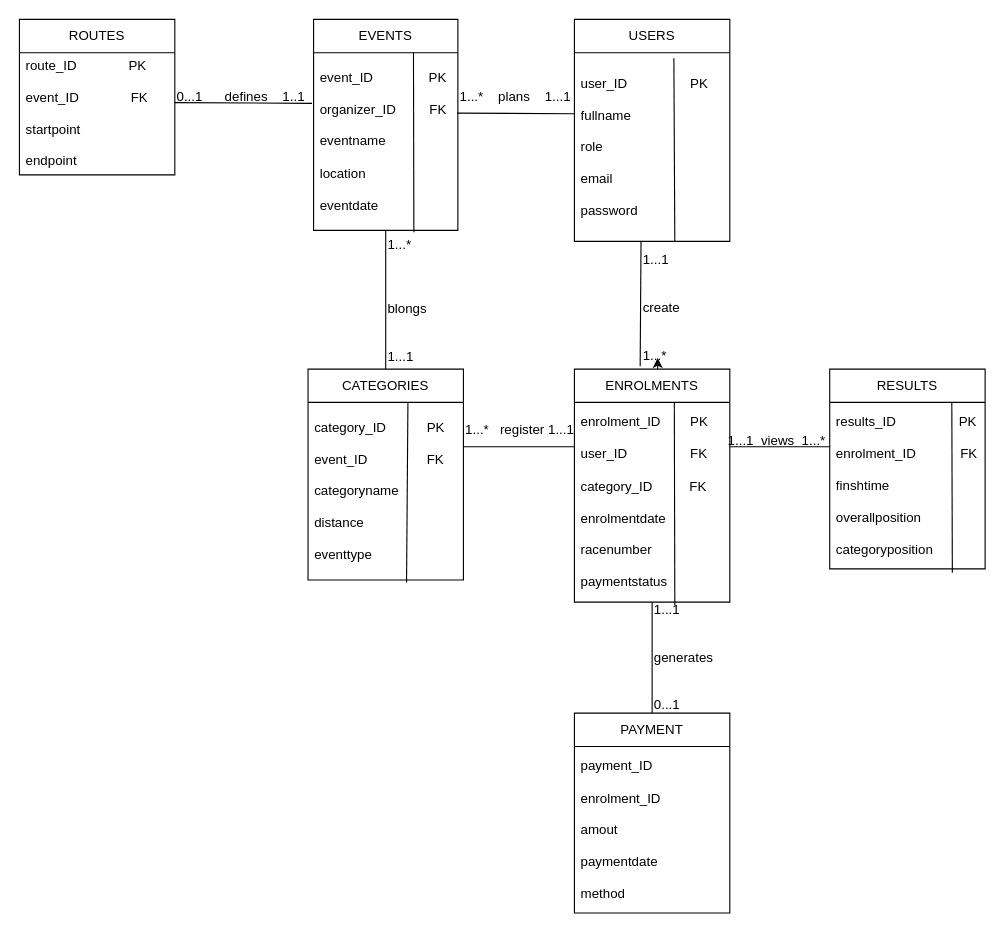
Above: Untitled Diagram.drawio in ST10479734/prog-assignment- (draw.io), before the change. Source tidied: cells renumbered, new cells numbered last; positions are measured from the earlier drawing's top-left corner, leaving out a move shared by most shapes. Both pictures are drawn from the tidied source at 111%, with x=0, y=0 at pixel (19, 19).
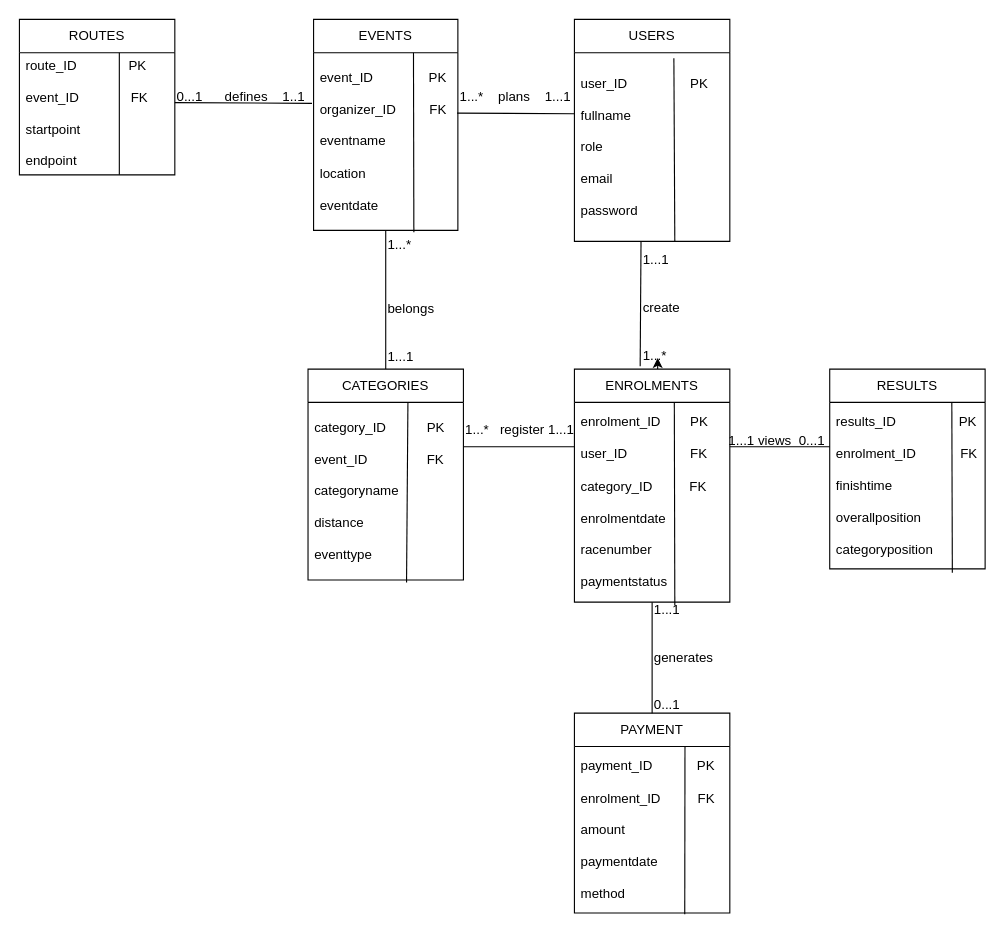
After the change.

The change refers to these unchanged cells:
```xml
<mxCell id="11" value="RESULTS" style="swimlane;fontStyle=0;horizontal=1;startSize=30;whiteSpace=wrap;html=1;" parent="1" vertex="1">
  <mxGeometry x="730" y="315" width="140" height="180" as="geometry" />
</mxCell>
<mxCell id="27" value="ROUTES" style="swimlane;fontStyle=0;horizontal=1;startSize=30;whiteSpace=wrap;html=1;" parent="1" vertex="1">
  <mxGeometry width="140" height="140" as="geometry" />
</mxCell>
<mxCell id="28" value="route_ID&amp;nbsp; &amp;nbsp; &amp;nbsp; &amp;nbsp; &amp;nbsp; &amp;nbsp; &amp;nbsp; PK&lt;div&gt;&lt;br&gt;&lt;/div&gt;&lt;div&gt;event_ID&amp;nbsp; &amp;nbsp; &amp;nbsp; &amp;nbsp; &amp;nbsp; &amp;nbsp; &amp;nbsp; FK&lt;/div&gt;&lt;div&gt;&lt;br&gt;&lt;/div&gt;&lt;div&gt;startpoint&lt;/div&gt;&lt;div&gt;&lt;br&gt;&lt;/div&gt;&lt;div&gt;endpoint&lt;/div&gt;" style="text;strokeColor=none;fillColor=none;align=left;verticalAlign=middle;spacingLeft=4;spacingRight=4;overflow=hidden;points=[[0,0.5],[1,0.5]];portConstraint=eastwest;whiteSpace=wrap;html=1;" parent="27" vertex="1">
  <mxGeometry y="30" width="140" height="110" as="geometry" />
</mxCell>
<mxCell id="29" value="PAYMENT" style="swimlane;fontStyle=0;horizontal=1;startSize=30;whiteSpace=wrap;html=1;" parent="1" vertex="1">
  <mxGeometry x="500" y="625" width="140" height="180" as="geometry" />
</mxCell>
```

What changed in the source:
```diff
@@
-    <mxCell id="13" value="results_ID&amp;nbsp; &amp;nbsp; &amp;nbsp; &amp;nbsp; &amp;nbsp; &amp;nbsp; &amp;nbsp; &amp;nbsp; &amp;nbsp;PK&lt;div&gt;&lt;br&gt;&lt;/div&gt;&lt;div&gt;enrolment_ID&amp;nbsp; &amp;nbsp; &amp;nbsp; &amp;nbsp; &amp;nbsp; &amp;nbsp; FK&lt;/div&gt;&lt;div&gt;&lt;br&gt;&lt;/div&gt;&lt;div&gt;finshtime&lt;/div&gt;&lt;div&gt;&lt;br&gt;&lt;/div&gt;&lt;div&gt;overallposition&lt;/div&gt;&lt;div&gt;&lt;br&gt;&lt;/div&gt;&lt;div&gt;categoryposition&lt;/div&gt;" style="text;strokeColor=none;fillColor=none;align=left;verticalAlign=middle;spacingLeft=4;spacingRight=4;overflow=hidden;points=[[0,0.5],[1,0.5]];portConstraint=eastwest;whiteSpace=wrap;html=1;" parent="11" vertex="1">
+    <mxCell id="13" value="results_ID&amp;nbsp; &amp;nbsp; &amp;nbsp; &amp;nbsp; &amp;nbsp; &amp;nbsp; &amp;nbsp; &amp;nbsp; &amp;nbsp;PK&lt;div&gt;&lt;br&gt;&lt;/div&gt;&lt;div&gt;enrolment_ID&amp;nbsp; &amp;nbsp; &amp;nbsp; &amp;nbsp; &amp;nbsp; &amp;nbsp; FK&lt;/div&gt;&lt;div&gt;&lt;br&gt;&lt;/div&gt;&lt;div&gt;finishtime&lt;/div&gt;&lt;div&gt;&lt;br&gt;&lt;/div&gt;&lt;div&gt;overallposition&lt;/div&gt;&lt;div&gt;&lt;br&gt;&lt;/div&gt;&lt;div&gt;categoryposition&lt;/div&gt;" style="text;strokeColor=none;fillColor=none;align=left;verticalAlign=middle;spacingLeft=4;spacingRight=4;overflow=hidden;points=[[0,0.5],[1,0.5]];portConstraint=eastwest;whiteSpace=wrap;html=1;" parent="11" vertex="1">
       <mxGeometry y="30" width="140" height="150" as="geometry" />
     </mxCell>
@@
-    <mxCell id="24" value="1...*&lt;div&gt;&lt;br&gt;&lt;/div&gt;&lt;div&gt;&lt;br&gt;&lt;/div&gt;&lt;div&gt;&lt;br&gt;&lt;/div&gt;&lt;div&gt;blongs&lt;/div&gt;&lt;div&gt;&lt;br&gt;&lt;/div&gt;&lt;div&gt;&lt;br&gt;&lt;/div&gt;&lt;div&gt;1...1&lt;/div&gt;" style="text;html=1;whiteSpace=wrap;strokeColor=none;fillColor=none;align=left;verticalAlign=middle;rounded=0;" parent="1" vertex="1">
+    <mxCell id="24" value="1...*&lt;div&gt;&lt;br&gt;&lt;/div&gt;&lt;div&gt;&lt;br&gt;&lt;/div&gt;&lt;div&gt;&lt;br&gt;&lt;/div&gt;&lt;div&gt;belongs&lt;/div&gt;&lt;div&gt;&lt;br&gt;&lt;/div&gt;&lt;div&gt;&lt;br&gt;&lt;/div&gt;&lt;div&gt;1...1&lt;/div&gt;" style="text;html=1;whiteSpace=wrap;strokeColor=none;fillColor=none;align=left;verticalAlign=middle;rounded=0;" parent="1" vertex="1">
       <mxGeometry x="330" y="190" width="60" height="125" as="geometry" />
     </mxCell>
@@
-    <mxCell id="26" value="1...1&amp;nbsp; views&amp;nbsp; 1...*" style="text;html=1;whiteSpace=wrap;strokeColor=none;fillColor=none;align=center;verticalAlign=middle;rounded=0;" parent="1" vertex="1">
+    <mxCell id="26" value="1...1 views&amp;nbsp; 0...1" style="text;html=1;whiteSpace=wrap;strokeColor=none;fillColor=none;align=center;verticalAlign=middle;rounded=0;" parent="1" vertex="1">
       <mxGeometry x="630" y="365" width="105" height="30" as="geometry" />
     </mxCell>
@@
+    <mxCell id="36" style="endArrow=none;html=1;rounded=0;" parent="27" edge="1" source="28">
+      <mxGeometry relative="1" as="geometry">
+        <mxPoint x="90" y="30" as="targetPoint" />
+      </mxGeometry>
+    </mxCell>
+    <mxCell id="37" style="endArrow=none;html=1;rounded=0;" parent="27" edge="1">
+      <mxGeometry relative="1" as="geometry">
+        <mxPoint x="90" y="140" as="sourcePoint" />
+        <mxPoint x="90" y="30" as="targetPoint" />
+      </mxGeometry>
+    </mxCell>
@@
+    <mxCell id="38" style="endArrow=none;html=1;rounded=0;exitX=0.71;exitY=1.008;exitDx=0;exitDy=0;exitPerimeter=0;" parent="29" edge="1" source="30">
+      <mxGeometry relative="1" as="geometry">
+        <mxPoint x="99.6" y="30" as="targetPoint" />
+      </mxGeometry>
+    </mxCell>
-    <mxCell id="30" value="payment_ID&lt;div&gt;&lt;br&gt;&lt;/div&gt;&lt;div&gt;enrolment_ID&lt;/div&gt;&lt;div&gt;&lt;br&gt;&lt;/div&gt;&lt;div&gt;amout&lt;/div&gt;&lt;div&gt;&lt;br&gt;&lt;/div&gt;&lt;div&gt;paymentdate&lt;/div&gt;&lt;div&gt;&lt;br&gt;&lt;/div&gt;&lt;div&gt;method&amp;nbsp;&lt;/div&gt;" style="text;strokeColor=none;fillColor=none;align=left;verticalAlign=middle;spacingLeft=4;spacingRight=4;overflow=hidden;points=[[0,0.5],[1,0.5]];portConstraint=eastwest;whiteSpace=wrap;html=1;" parent="29" vertex="1">
+    <mxCell id="30" value="payment_ID&amp;nbsp; &amp;nbsp; &amp;nbsp; &amp;nbsp; &amp;nbsp; &amp;nbsp; PK&lt;div&gt;&lt;br&gt;&lt;/div&gt;&lt;div&gt;enrolment_ID&amp;nbsp; &amp;nbsp; &amp;nbsp; &amp;nbsp; &amp;nbsp; FK&lt;/div&gt;&lt;div&gt;&lt;br&gt;&lt;/div&gt;&lt;div&gt;amount&lt;/div&gt;&lt;div&gt;&lt;br&gt;&lt;/div&gt;&lt;div&gt;paymentdate&lt;/div&gt;&lt;div&gt;&lt;br&gt;&lt;/div&gt;&lt;div&gt;method&amp;nbsp;&lt;/div&gt;" style="text;strokeColor=none;fillColor=none;align=left;verticalAlign=middle;spacingLeft=4;spacingRight=4;overflow=hidden;points=[[0,0.5],[1,0.5]];portConstraint=eastwest;whiteSpace=wrap;html=1;" parent="29" vertex="1">
       <mxGeometry y="30" width="140" height="150" as="geometry" />
     </mxCell>
```
